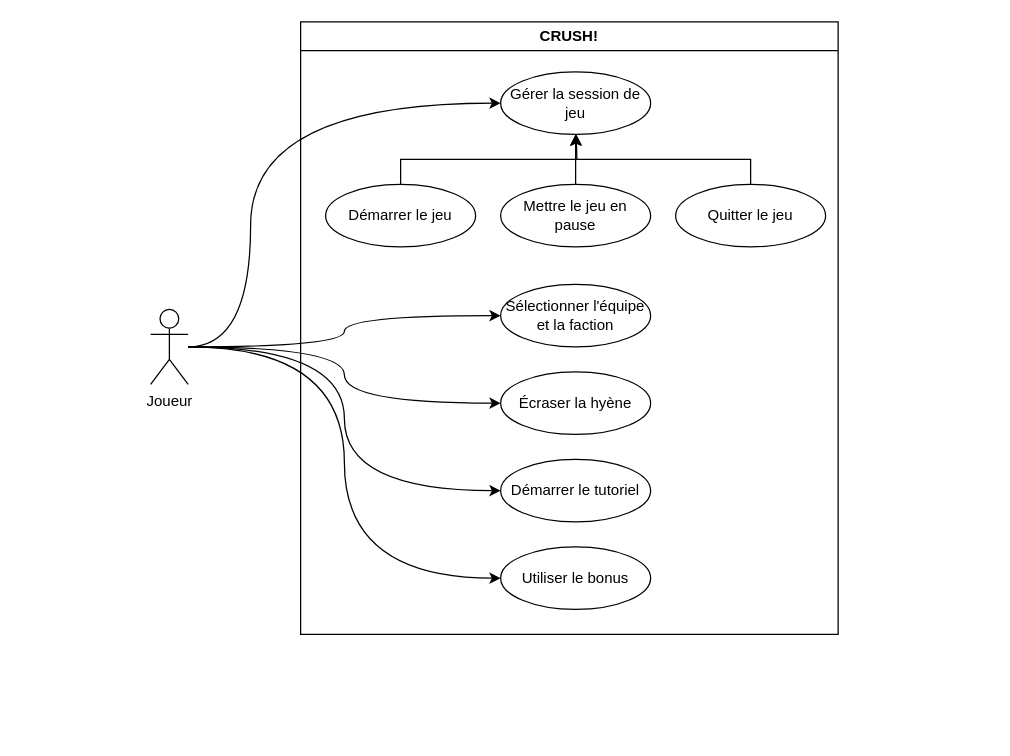
Above: UseCaseDiagram.drawio in nsy115-11404f/modelisation (draw.io), before the change. Source tidied: cells renumbered, new cells numbered last; positions are measured from the earlier drawing's top-left corner, leaving out a move shared by most shapes. Both pictures are drawn from the tidied source at 125%, with x=0, y=0 at pixel (150, 21).
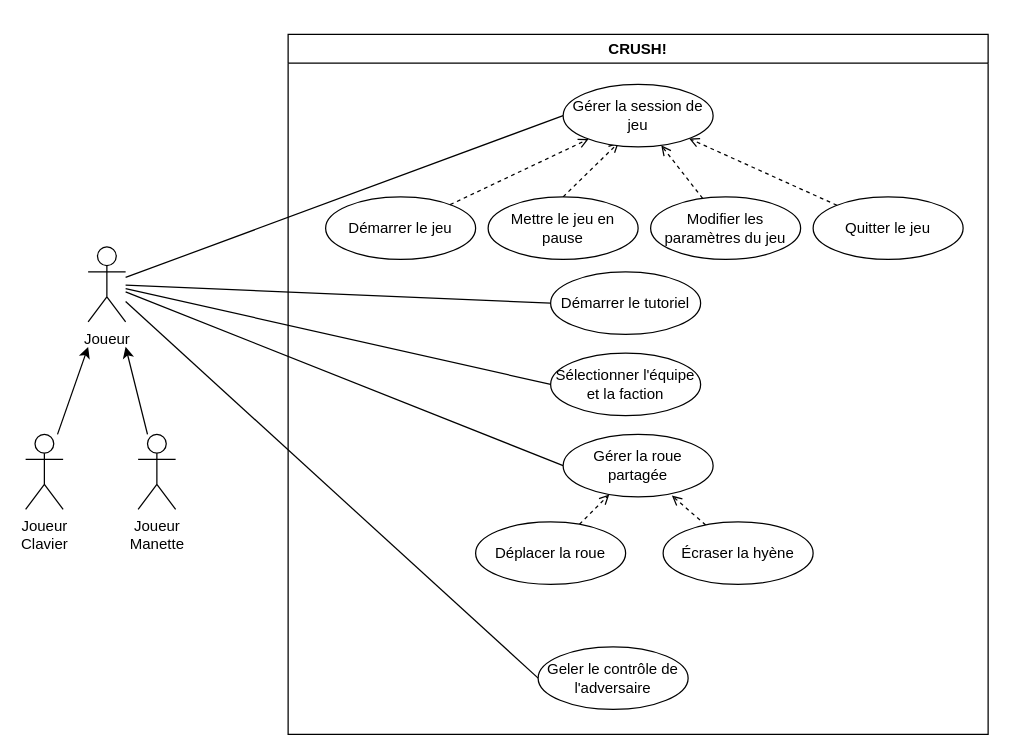
The same diagram, later.

Diff of the diagram source:
```diff
@@
-    <mxCell id="2" style="rounded=0;jettySize=auto;html=1;entryX=0;entryY=0.5;entryDx=0;entryDy=0;edgeStyle=orthogonalEdgeStyle;curved=1;" parent="1" edge="1" source="7" target="8">
-      <mxGeometry relative="1" as="geometry">
-        <Array as="points">
-          <mxPoint x="80" y="260" />
-          <mxPoint x="80" y="65" />
-        </Array>
-      </mxGeometry>
+    <mxCell id="2" style="rounded=0;jettySize=auto;html=1;entryX=0;entryY=0.5;entryDx=0;entryDy=0;endArrow=none;startFill=0;" parent="1" edge="1" source="7" target="8">
+      <mxGeometry relative="1" as="geometry" />
     </mxCell>
-    <mxCell id="3" style="edgeStyle=orthogonalEdgeStyle;rounded=0;jettySize=auto;html=1;entryX=0;entryY=0.5;entryDx=0;entryDy=0;curved=1;" parent="1" edge="1" source="7" target="15">
+    <mxCell id="3" style="rounded=0;jettySize=auto;html=1;entryX=0;entryY=0.5;entryDx=0;entryDy=0;endArrow=none;startFill=0;" parent="1" edge="1" source="7" target="15">
       <mxGeometry relative="1" as="geometry" />
     </mxCell>
-    <mxCell id="4" style="edgeStyle=orthogonalEdgeStyle;rounded=0;jettySize=auto;html=1;entryX=0;entryY=0.5;entryDx=0;entryDy=0;curved=1;" parent="1" edge="1" source="7" target="16">
-      <mxGeometry relative="1" as="geometry" />
-    </mxCell>
-    <mxCell id="5" style="edgeStyle=orthogonalEdgeStyle;rounded=0;jettySize=auto;html=1;entryX=0;entryY=0.5;entryDx=0;entryDy=0;curved=1;" parent="1" edge="1" source="7" target="17">
+    <mxCell id="5" style="rounded=0;jettySize=auto;html=1;entryX=0;entryY=0.5;entryDx=0;entryDy=0;endArrow=none;startFill=0;" parent="1" edge="1" source="7" target="17">
       <mxGeometry relative="1" as="geometry" />
     </mxCell>
-    <mxCell id="6" style="edgeStyle=orthogonalEdgeStyle;rounded=0;jettySize=auto;html=1;entryX=0;entryY=0.5;entryDx=0;entryDy=0;curved=1;" parent="1" edge="1" source="7" target="18">
+    <mxCell id="6" style="rounded=0;jettySize=auto;html=1;entryX=0;entryY=0.5;entryDx=0;entryDy=0;endArrow=none;startFill=0;" parent="1" edge="1" source="7" target="18">
       <mxGeometry relative="1" as="geometry" />
     </mxCell>
+    <mxCell id="20" style="rounded=0;jettySize=auto;html=1;entryX=0;entryY=0.5;entryDx=0;entryDy=0;endArrow=none;startFill=0;" parent="1" edge="1" source="7" target="26">
+      <mxGeometry relative="1" as="geometry" />
+    </mxCell>
     <mxCell id="7" value="Joueur" style="shape=umlActor;verticalLabelPosition=bottom;verticalAlign=top;html=1;outlineConnect=0;" parent="1" vertex="1">
-      <mxGeometry y="230" width="30" height="60" as="geometry" />
+      <mxGeometry x="-50" y="180" width="30" height="60" as="geometry" />
     </mxCell>
-    <mxCell id="8" value="Gérer la session de jeu" style="ellipse;whiteSpace=wrap;html=1;" parent="1" vertex="1">
-      <mxGeometry x="280" y="40" width="120" height="50" as="geometry" />
-    </mxCell>
-    <mxCell id="9" style="edgeStyle=orthogonalEdgeStyle;rounded=0;jettySize=auto;html=1;exitX=0.5;exitY=0;exitDx=0;exitDy=0;" parent="1" edge="1" source="10" target="8">
-      <mxGeometry relative="1" as="geometry" />
-    </mxCell>
-    <mxCell id="10" value="Démarrer le jeu" style="ellipse;whiteSpace=wrap;html=1;" parent="1" vertex="1">
-      <mxGeometry x="140" y="130" width="120" height="50" as="geometry" />
-    </mxCell>
-    <mxCell id="11" style="edgeStyle=orthogonalEdgeStyle;rounded=0;jettySize=auto;html=1;exitX=0.5;exitY=0;exitDx=0;exitDy=0;" parent="1" edge="1" source="12">
-      <mxGeometry relative="1" as="geometry">
-        <mxPoint x="340.5" y="90" as="targetPoint" />
-      </mxGeometry>
-    </mxCell>
+    <mxCell id="19" value="CRUSH!" style="swimlane;whiteSpace=wrap;html=1;" parent="1" vertex="1">
+      <mxGeometry x="110" y="10" width="560" height="560" as="geometry" />
+    </mxCell>
+    <mxCell id="17" value="Démarrer le tutoriel" style="ellipse;whiteSpace=wrap;html=1;" parent="19" vertex="1">
+      <mxGeometry x="210" y="190" width="120" height="50" as="geometry" />
+    </mxCell>
+    <mxCell id="21" style="rounded=0;jettySize=auto;html=1;entryX=0.725;entryY=0.98;entryDx=0;entryDy=0;endArrow=open;startFill=0;entryPerimeter=0;dashed=1;endFill=0;" parent="19" edge="1" source="16" target="26">
+      <mxGeometry relative="1" as="geometry" />
+    </mxCell>
+    <mxCell id="16" value="Écraser la hyène" style="ellipse;whiteSpace=wrap;html=1;" parent="19" vertex="1">
+      <mxGeometry x="300" y="390" width="120" height="50" as="geometry" />
+    </mxCell>
+    <mxCell id="18" value="Geler le contrôle de l'adversaire" style="ellipse;whiteSpace=wrap;html=1;" parent="19" vertex="1">
+      <mxGeometry x="200" y="490" width="120" height="50" as="geometry" />
+    </mxCell>
+    <mxCell id="15" value="Sélectionner l'équipe et la faction" style="ellipse;whiteSpace=wrap;html=1;" parent="19" vertex="1">
+      <mxGeometry x="210" y="255" width="120" height="50" as="geometry" />
+    </mxCell>
+    <mxCell id="22" style="rounded=0;jettySize=auto;html=1;dashed=1;endArrow=open;endFill=0;" parent="19" edge="1" source="23" target="8">
+      <mxGeometry relative="1" as="geometry" />
+    </mxCell>
+    <mxCell id="23" value="Modifier les paramètres du jeu" style="ellipse;whiteSpace=wrap;html=1;" parent="19" vertex="1">
+      <mxGeometry x="290" y="130" width="120" height="50" as="geometry" />
+    </mxCell>
+    <mxCell id="24" style="rounded=0;jettySize=auto;html=1;endArrow=open;startFill=0;dashed=1;endFill=0;" parent="19" edge="1" source="25" target="26">
+      <mxGeometry relative="1" as="geometry" />
+    </mxCell>
+    <mxCell id="25" value="Déplacer la roue" style="ellipse;whiteSpace=wrap;html=1;" parent="19" vertex="1">
+      <mxGeometry x="150" y="390" width="120" height="50" as="geometry" />
+    </mxCell>
+    <mxCell id="26" value="Gérer la roue partagée" style="ellipse;whiteSpace=wrap;html=1;" parent="19" vertex="1">
+      <mxGeometry x="220" y="320" width="120" height="50" as="geometry" />
+    </mxCell>
+    <mxCell id="27" style="rounded=0;jettySize=auto;html=1;exitX=0.5;exitY=0;exitDx=0;exitDy=0;entryX=0.371;entryY=0.93;entryDx=0;entryDy=0;dashed=1;entryPerimeter=0;endArrow=open;endFill=0;" parent="19" edge="1" source="12" target="8">
+      <mxGeometry relative="1" as="geometry" />
+    </mxCell>
-    <mxCell id="12" value="Mettre le jeu en pause" style="ellipse;whiteSpace=wrap;html=1;" parent="1" vertex="1">
-      <mxGeometry x="280" y="130" width="120" height="50" as="geometry" />
+    <mxCell id="12" value="Mettre le jeu en pause" style="ellipse;whiteSpace=wrap;html=1;" parent="19" vertex="1">
+      <mxGeometry x="160" y="130" width="120" height="50" as="geometry" />
     </mxCell>
-    <mxCell id="13" style="edgeStyle=orthogonalEdgeStyle;rounded=0;jettySize=auto;html=1;exitX=0.5;exitY=0;exitDx=0;exitDy=0;entryX=0.5;entryY=1;entryDx=0;entryDy=0;" parent="1" edge="1" source="14" target="8">
+    <mxCell id="13" style="rounded=0;jettySize=auto;html=1;dashed=1;endArrow=open;endFill=0;" parent="19" edge="1" source="14" target="8">
       <mxGeometry relative="1" as="geometry" />
     </mxCell>
-    <mxCell id="14" value="Quitter le jeu" style="ellipse;whiteSpace=wrap;html=1;" parent="1" vertex="1">
+    <mxCell id="14" value="Quitter le jeu" style="ellipse;whiteSpace=wrap;html=1;" parent="19" vertex="1">
       <mxGeometry x="420" y="130" width="120" height="50" as="geometry" />
     </mxCell>
-    <mxCell id="15" value="Sélectionner l'équipe et la faction" style="ellipse;whiteSpace=wrap;html=1;" parent="1" vertex="1">
-      <mxGeometry x="280" y="210" width="120" height="50" as="geometry" />
-    </mxCell>
-    <mxCell id="16" value="Écraser la hyène" style="ellipse;whiteSpace=wrap;html=1;" parent="1" vertex="1">
-      <mxGeometry x="280" y="280" width="120" height="50" as="geometry" />
-    </mxCell>
-    <mxCell id="17" value="Démarrer le tutoriel" style="ellipse;whiteSpace=wrap;html=1;" parent="1" vertex="1">
-      <mxGeometry x="280" y="350" width="120" height="50" as="geometry" />
-    </mxCell>
-    <mxCell id="18" value="Utiliser le bonus" style="ellipse;whiteSpace=wrap;html=1;" parent="1" vertex="1">
-      <mxGeometry x="280" y="420" width="120" height="50" as="geometry" />
-    </mxCell>
-    <mxCell id="19" value="CRUSH!" style="swimlane;whiteSpace=wrap;html=1;" parent="1" vertex="1">
-      <mxGeometry x="120" width="430" height="490" as="geometry" />
-    </mxCell>
+    <mxCell id="8" value="Gérer la session de jeu" style="ellipse;whiteSpace=wrap;html=1;" parent="19" vertex="1">
+      <mxGeometry x="220" y="40" width="120" height="50" as="geometry" />
+    </mxCell>
+    <mxCell id="10" value="Démarrer le jeu" style="ellipse;whiteSpace=wrap;html=1;" parent="19" vertex="1">
+      <mxGeometry x="30" y="130" width="120" height="50" as="geometry" />
+    </mxCell>
+    <mxCell id="9" style="rounded=0;jettySize=auto;html=1;dashed=1;endArrow=open;endFill=0;" parent="19" edge="1" source="10" target="8">
+      <mxGeometry relative="1" as="geometry" />
+    </mxCell>
+    <mxCell id="28" style="rounded=0;jettySize=auto;html=1;" parent="1" edge="1" source="29">
+      <mxGeometry relative="1" as="geometry">
+        <mxPoint x="-50" y="260" as="targetPoint" />
+      </mxGeometry>
+    </mxCell>
+    <mxCell id="29" value="Joueur&lt;div&gt;Clavier&lt;/div&gt;" style="shape=umlActor;verticalLabelPosition=bottom;verticalAlign=top;html=1;outlineConnect=0;" parent="1" vertex="1">
+      <mxGeometry x="-100" y="330" width="30" height="60" as="geometry" />
+    </mxCell>
+    <mxCell id="30" style="rounded=0;jettySize=auto;html=1;" parent="1" edge="1" source="31">
+      <mxGeometry relative="1" as="geometry">
+        <mxPoint x="-20" y="260" as="targetPoint" />
+      </mxGeometry>
+    </mxCell>
+    <mxCell id="31" value="Joueur&lt;div&gt;&lt;span style=&quot;background-color: transparent; color: light-dark(rgb(0, 0, 0), rgb(255, 255, 255));&quot;&gt;Manette&lt;/span&gt;&lt;/div&gt;" style="shape=umlActor;verticalLabelPosition=bottom;verticalAlign=top;html=1;outlineConnect=0;" parent="1" vertex="1">
+      <mxGeometry x="-10" y="330" width="30" height="60" as="geometry" />
+    </mxCell>
```
